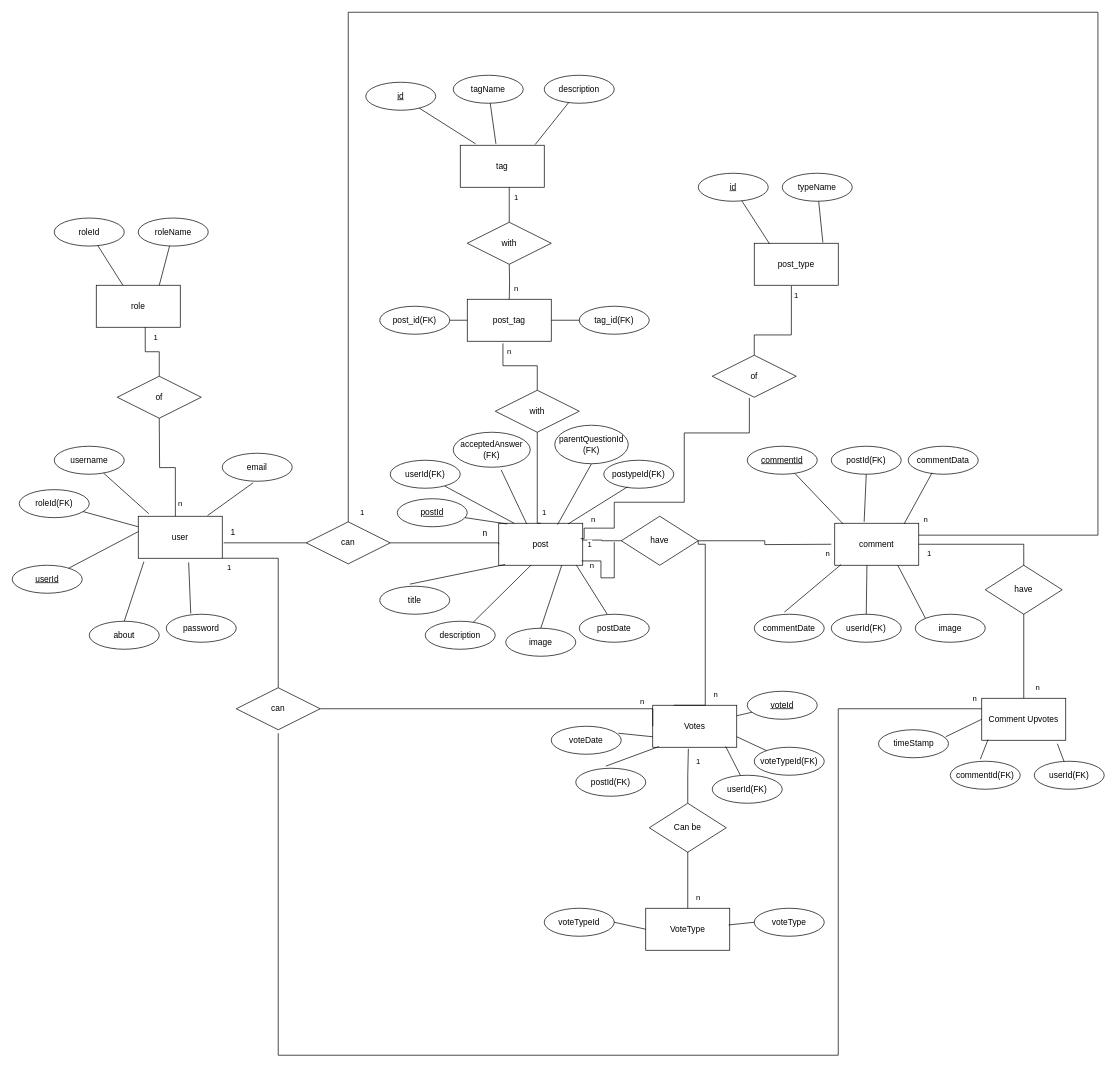
Earlier version of the draw.io diagram database-er.drawio (syamantak01/stackQflo). Source tidied: cells renumbered, new cells numbered last; positions are measured from the earlier drawing's top-left corner, leaving out a move shared by most shapes. Both pictures are drawn from the tidied source at 70%, with x=0, y=0 at pixel (12, 12).
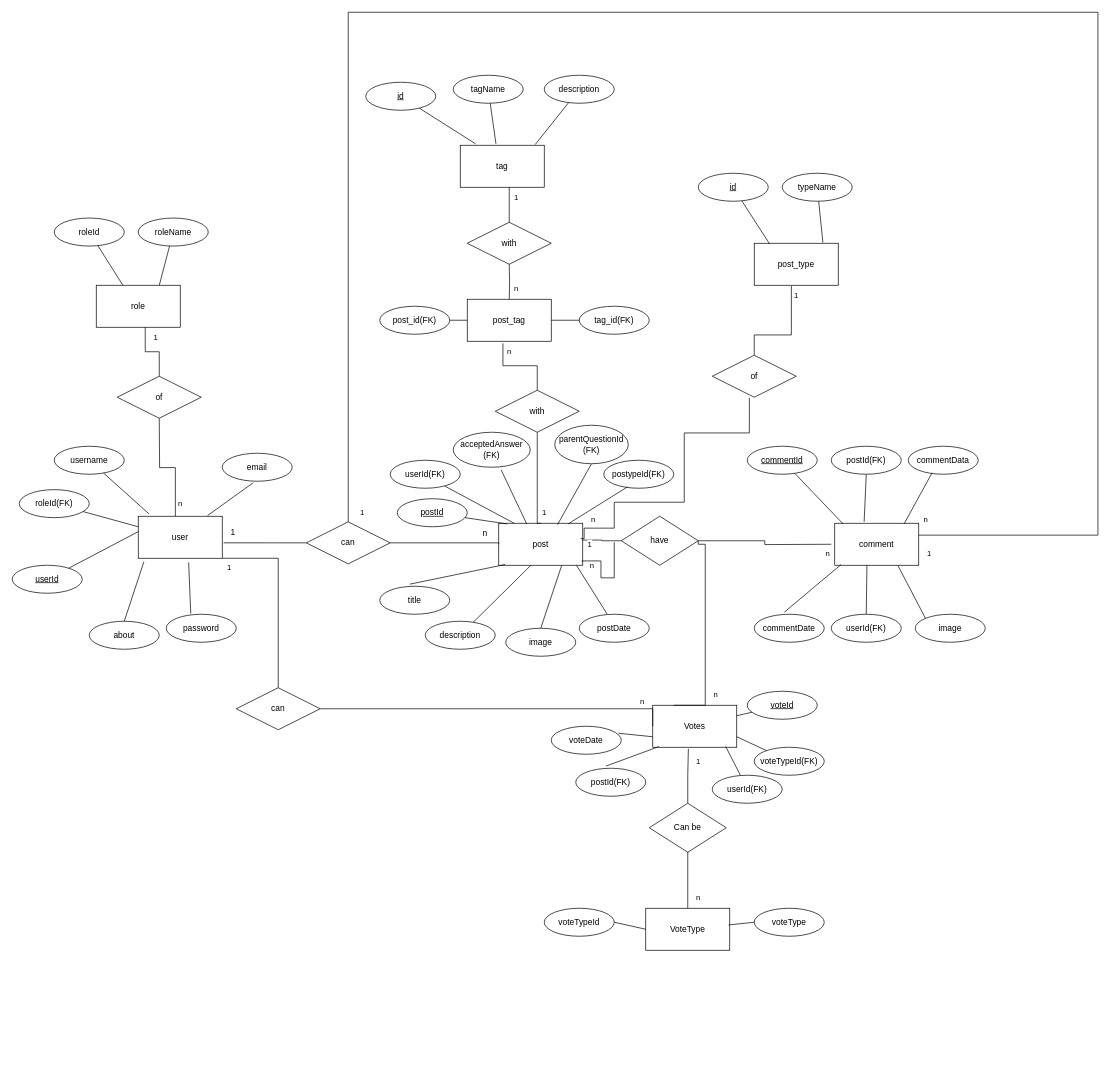
The same page after the edit.

Unchanged cells that the change refers to:
```xml
<mxCell id="28" value="comment" style="rounded=0;whiteSpace=wrap;html=1;" parent="1" vertex="1">
  <mxGeometry x="1175" y="730" width="120" height="60" as="geometry" />
</mxCell>
```

Diff of the diagram source:
```diff
@@
-    <mxCell id="58" value="Comment Upvotes" style="rounded=0;whiteSpace=wrap;html=1;" parent="1" vertex="1">
-      <mxGeometry x="1385" y="980" width="120" height="60" as="geometry" />
-    </mxCell>
-    <mxCell id="59" value="commentId(FK)" style="ellipse;whiteSpace=wrap;html=1;align=center;" parent="1" vertex="1">
-      <mxGeometry x="1340" y="1070" width="100" height="40" as="geometry" />
-    </mxCell>
-    <mxCell id="60" style="endArrow=none;html=1;rounded=0;exitX=0.43;exitY=-0.075;exitDx=0;exitDy=0;exitPerimeter=0;entryX=0.075;entryY=0.983;entryDx=0;entryDy=0;entryPerimeter=0;" parent="1" edge="1" source="59" target="58">
-      <mxGeometry relative="1" as="geometry" />
-    </mxCell>
-    <mxCell id="61" value="userId(FK)" style="ellipse;whiteSpace=wrap;html=1;align=center;" parent="1" vertex="1">
-      <mxGeometry x="1460" y="1070" width="100" height="40" as="geometry" />
-    </mxCell>
-    <mxCell id="62" style="endArrow=none;html=1;rounded=0;entryX=0.9;entryY=1.083;entryDx=0;entryDy=0;entryPerimeter=0;" parent="1" edge="1" source="61" target="58">
-      <mxGeometry relative="1" as="geometry" />
-    </mxCell>
-    <mxCell id="63" style="endArrow=none;html=1;rounded=0;strokeColor=default;align=center;verticalAlign=middle;fontFamily=Helvetica;fontSize=11;fontColor=default;labelBackgroundColor=default;edgeStyle=orthogonalEdgeStyle;exitX=0.5;exitY=0;exitDx=0;exitDy=0;entryX=1;entryY=0.5;entryDx=0;entryDy=0;" parent="1" edge="1" source="58" target="28">
-      <mxGeometry relative="1" as="geometry" />
-    </mxCell>
-    <mxCell id="64" value="have" style="shape=rhombus;perimeter=rhombusPerimeter;whiteSpace=wrap;html=1;align=center;" parent="1" vertex="1">
-      <mxGeometry x="1390" y="790" width="110" height="70" as="geometry" />
-    </mxCell>
@@
-    <mxCell id="66" value="n" style="text;html=1;align=center;verticalAlign=middle;strokeColor=none;fillColor=none;fontFamily=Helvetica;fontSize=11;fontColor=default;labelBackgroundColor=default;" parent="1" vertex="1">
-      <mxGeometry x="1450" y="950" width="30" height="30" as="geometry" />
-    </mxCell>
@@
-    <mxCell id="69" value="timeStamp" style="ellipse;whiteSpace=wrap;html=1;align=center;" parent="1" vertex="1">
-      <mxGeometry x="1237.5" y="1025" width="100" height="40" as="geometry" />
-    </mxCell>
-    <mxCell id="70" style="endArrow=none;html=1;rounded=0;exitX=0;exitY=0.5;exitDx=0;exitDy=0;entryX=0.96;entryY=0.25;entryDx=0;entryDy=0;entryPerimeter=0;" parent="1" edge="1" source="58" target="69">
-      <mxGeometry relative="1" as="geometry" />
-    </mxCell>
@@
-    <mxCell id="76" style="endArrow=none;html=1;rounded=0;strokeColor=default;align=center;verticalAlign=middle;fontFamily=Helvetica;fontSize=11;fontColor=default;labelBackgroundColor=default;edgeStyle=orthogonalEdgeStyle;entryX=0;entryY=0.25;entryDx=0;entryDy=0;" parent="1" edge="1" target="58">
-      <mxGeometry relative="1" as="geometry">
-        <mxPoint x="380" y="1030" as="sourcePoint" />
-        <Array as="points">
-          <mxPoint x="380" y="1490" />
-          <mxPoint x="1180" y="1490" />
-          <mxPoint x="1180" y="995" />
-        </Array>
-      </mxGeometry>
-    </mxCell>
-    <mxCell id="77" value="n" style="text;html=1;align=center;verticalAlign=middle;strokeColor=none;fillColor=none;fontFamily=Helvetica;fontSize=11;fontColor=default;labelBackgroundColor=default;" parent="1" vertex="1">
-      <mxGeometry x="1360" y="965" width="30" height="30" as="geometry" />
-    </mxCell>
```
